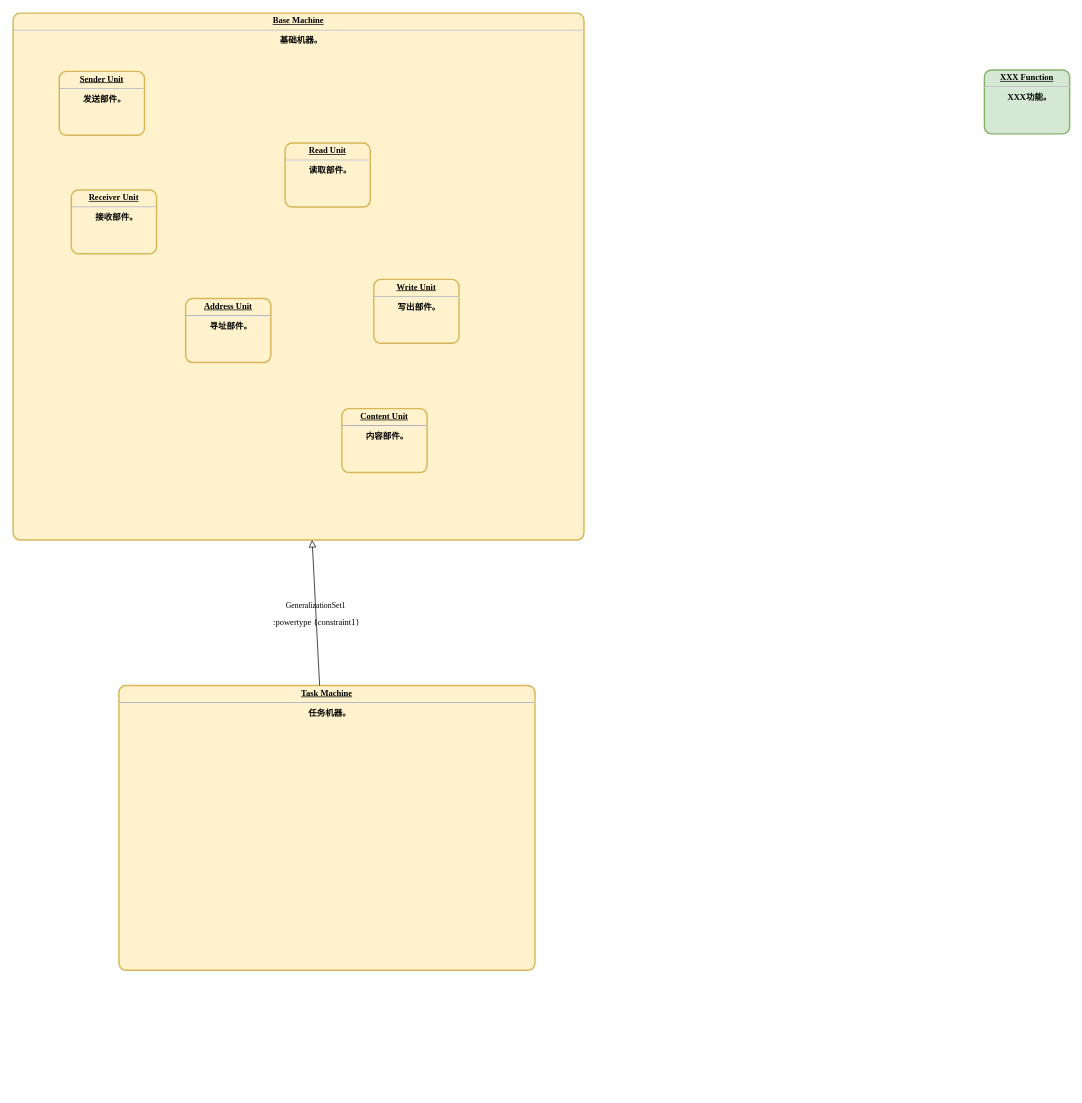
Earlier version of the draw.io diagram page "Machine运作引擎" (4 of 10) of Analyse/总体分析框架.drawio (EntelechySystem/EntelechySystem_theory). Source tidied: cells renumbered, new cells numbered last; positions are measured from the earlier drawing's top-left corner, leaving out a move shared by most shapes. Both pictures are drawn from the tidied source at 71%, with x=0, y=0 at pixel (13, 13).
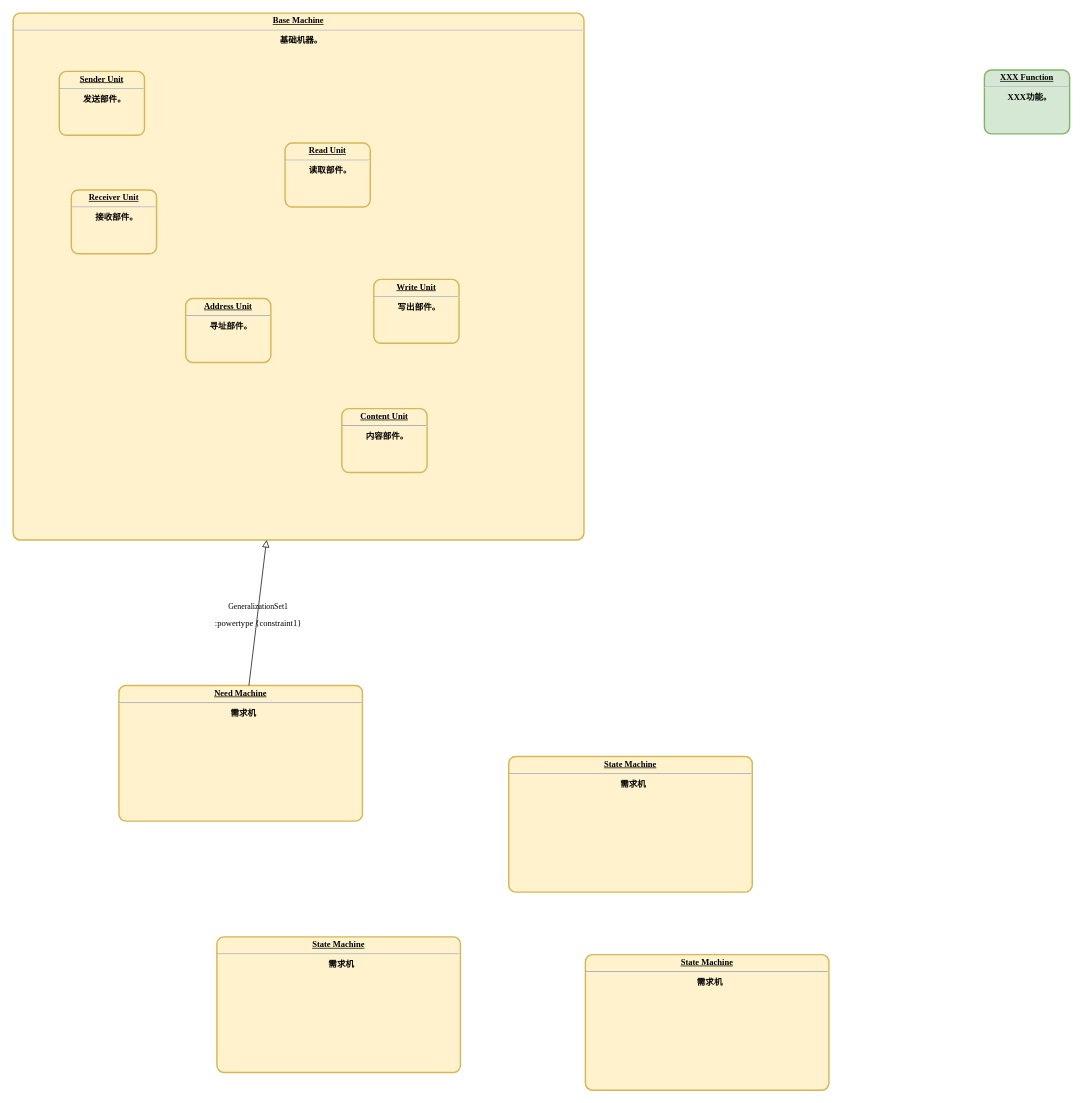
Above is the later version.

What changed in the source:
```diff
@@
 <mxGraphModel>
   <root>
     <mxCell id="0" />
     <mxCell id="1" parent="0" />
     <mxCell id="2" value="&lt;p style=&quot;margin: 0px; margin-top: 4px; text-align: center; text-decoration: underline;&quot;&gt;&lt;strong&gt;XXX Function&lt;br&gt;&lt;/strong&gt;&lt;/p&gt;&lt;hr&gt;&lt;p style=&quot;margin: 0px; margin-left: 8px;&quot;&gt;XXX功能。&lt;/p&gt;" style="verticalAlign=middle;align=center;overflow=fill;fontSize=12;fontFamily=Times New Roman;html=1;rounded=1;fontStyle=1;strokeWidth=2;fillColor=#d5e8d4;whiteSpace=wrap;absoluteArcSize=1;strokeColor=#82b366;" parent="1" vertex="1">
       <mxGeometry x="1368" y="80" width="120" height="90" as="geometry" />
     </mxCell>
     <mxCell id="3" value="&lt;p style=&quot;margin: 0px; margin-top: 4px; text-align: center; text-decoration: underline;&quot;&gt;&lt;strong&gt;Base Machine&lt;br&gt;&lt;/strong&gt;&lt;/p&gt;&lt;hr&gt;&lt;p style=&quot;margin: 0px; margin-left: 8px;&quot;&gt;基础机器。&lt;/p&gt;" style="verticalAlign=middle;align=center;overflow=fill;fontSize=12;fontFamily=Times New Roman;html=1;rounded=1;fontStyle=1;strokeWidth=2;fillColor=#fff2cc;whiteSpace=wrap;absoluteArcSize=1;strokeColor=#d6b656;" parent="1" vertex="1">
       <mxGeometry width="804" height="742" as="geometry" />
     </mxCell>
     <mxCell id="4" value="&lt;p style=&quot;margin: 0px; margin-top: 4px; text-align: center; text-decoration: underline;&quot;&gt;&lt;strong&gt;Sender Unit&lt;/strong&gt;&lt;/p&gt;&lt;hr&gt;&lt;p style=&quot;margin: 0px; margin-left: 8px;&quot;&gt;发送部件。&lt;/p&gt;" style="verticalAlign=middle;align=center;overflow=fill;fontSize=12;fontFamily=Times New Roman;html=1;rounded=1;fontStyle=1;strokeWidth=2;fillColor=#fff2cc;whiteSpace=wrap;absoluteArcSize=1;strokeColor=#d6b656;" parent="3" vertex="1">
       <mxGeometry x="65" y="82" width="120" height="90" as="geometry" />
     </mxCell>
     <mxCell id="5" value="&lt;p style=&quot;margin: 0px; margin-top: 4px; text-align: center; text-decoration: underline;&quot;&gt;&lt;strong&gt;Receiver Unit&lt;/strong&gt;&lt;/p&gt;&lt;hr&gt;&lt;p style=&quot;margin: 0px; margin-left: 8px;&quot;&gt;接收部件。&lt;/p&gt;" style="verticalAlign=middle;align=center;overflow=fill;fontSize=12;fontFamily=Times New Roman;html=1;rounded=1;fontStyle=1;strokeWidth=2;fillColor=#fff2cc;whiteSpace=wrap;absoluteArcSize=1;strokeColor=#d6b656;" parent="3" vertex="1">
       <mxGeometry x="82" y="249" width="120" height="90" as="geometry" />
     </mxCell>
     <mxCell id="6" value="&lt;p style=&quot;margin: 0px; margin-top: 4px; text-align: center; text-decoration: underline;&quot;&gt;&lt;strong&gt;Address Unit&lt;/strong&gt;&lt;/p&gt;&lt;hr&gt;&lt;p style=&quot;margin: 0px; margin-left: 8px;&quot;&gt;寻址部件。&lt;/p&gt;" style="verticalAlign=middle;align=center;overflow=fill;fontSize=12;fontFamily=Times New Roman;html=1;rounded=1;fontStyle=1;strokeWidth=2;fillColor=#fff2cc;whiteSpace=wrap;absoluteArcSize=1;strokeColor=#d6b656;" parent="3" vertex="1">
       <mxGeometry x="243" y="402" width="120" height="90" as="geometry" />
     </mxCell>
     <mxCell id="7" value="&lt;p style=&quot;margin: 0px; margin-top: 4px; text-align: center; text-decoration: underline;&quot;&gt;&lt;strong&gt;Read Unit&lt;/strong&gt;&lt;/p&gt;&lt;hr&gt;&lt;p style=&quot;margin: 0px; margin-left: 8px;&quot;&gt;读取部件。&lt;/p&gt;" style="verticalAlign=middle;align=center;overflow=fill;fontSize=12;fontFamily=Times New Roman;html=1;rounded=1;fontStyle=1;strokeWidth=2;fillColor=#fff2cc;whiteSpace=wrap;absoluteArcSize=1;strokeColor=#d6b656;" parent="3" vertex="1">
       <mxGeometry x="383" y="183" width="120" height="90" as="geometry" />
     </mxCell>
     <mxCell id="8" value="&lt;p style=&quot;margin: 0px; margin-top: 4px; text-align: center; text-decoration: underline;&quot;&gt;&lt;strong&gt;Write Unit&lt;/strong&gt;&lt;/p&gt;&lt;hr&gt;&lt;p style=&quot;margin: 0px; margin-left: 8px;&quot;&gt;写出部件。&lt;/p&gt;" style="verticalAlign=middle;align=center;overflow=fill;fontSize=12;fontFamily=Times New Roman;html=1;rounded=1;fontStyle=1;strokeWidth=2;fillColor=#fff2cc;whiteSpace=wrap;absoluteArcSize=1;strokeColor=#d6b656;" parent="3" vertex="1">
       <mxGeometry x="508" y="375" width="120" height="90" as="geometry" />
     </mxCell>
     <mxCell id="9" value="&lt;p style=&quot;margin: 0px; margin-top: 4px; text-align: center; text-decoration: underline;&quot;&gt;&lt;strong&gt;Content Unit&lt;/strong&gt;&lt;/p&gt;&lt;hr&gt;&lt;p style=&quot;margin: 0px; margin-left: 8px;&quot;&gt;内容部件。&lt;/p&gt;" style="verticalAlign=middle;align=center;overflow=fill;fontSize=12;fontFamily=Times New Roman;html=1;rounded=1;fontStyle=1;strokeWidth=2;fillColor=#fff2cc;whiteSpace=wrap;absoluteArcSize=1;strokeColor=#d6b656;" parent="3" vertex="1">
       <mxGeometry x="463" y="557" width="120" height="90" as="geometry" />
     </mxCell>
-    <mxCell id="10" value="&lt;p style=&quot;margin: 0px; margin-top: 4px; text-align: center; text-decoration: underline;&quot;&gt;&lt;strong&gt;Task Machine&lt;br&gt;&lt;/strong&gt;&lt;/p&gt;&lt;hr&gt;&lt;p style=&quot;margin: 0px; margin-left: 8px;&quot;&gt;任务机器。&lt;/p&gt;" style="verticalAlign=middle;align=center;overflow=fill;fontSize=12;fontFamily=Times New Roman;html=1;rounded=1;fontStyle=1;strokeWidth=2;fillColor=#fff2cc;whiteSpace=wrap;absoluteArcSize=1;strokeColor=#d6b656;" parent="1" vertex="1">
-      <mxGeometry x="149" y="947" width="586" height="401" as="geometry" />
+    <mxCell id="10" value="&lt;p style=&quot;margin: 0px; margin-top: 4px; text-align: center; text-decoration: underline;&quot;&gt;&lt;strong&gt;Need Machine&lt;br&gt;&lt;/strong&gt;&lt;/p&gt;&lt;hr&gt;&lt;p style=&quot;margin: 0px; margin-left: 8px;&quot;&gt;需求机&lt;/p&gt;" style="verticalAlign=middle;align=center;overflow=fill;fontSize=12;fontFamily=Times New Roman;html=1;rounded=1;fontStyle=1;strokeWidth=2;fillColor=#fff2cc;whiteSpace=wrap;absoluteArcSize=1;strokeColor=#d6b656;" parent="1" vertex="1">
+      <mxGeometry x="149" y="947" width="343" height="191" as="geometry" />
     </mxCell>
     <mxCell id="11" value="GeneralizationSet1" style="endArrow=block;html=1;rounded=0;align=center;verticalAlign=bottom;endFill=0;labelBackgroundColor=none;endSize=8;fontFamily=Times New Roman;" parent="1" edge="1" source="10" target="3">
       <mxGeometry relative="1" as="geometry" />
     </mxCell>
     <mxCell id="12" value=":powertype {constraint1}" style="html=1;align=center;verticalAlign=top;labelBackgroundColor=none;fontFamily=Times New Roman;" parent="11" vertex="1">
       <mxGeometry relative="1" as="geometry" />
     </mxCell>
+    <mxCell id="13" value="&lt;p style=&quot;margin: 0px; margin-top: 4px; text-align: center; text-decoration: underline;&quot;&gt;&lt;strong&gt;State Machine&lt;br&gt;&lt;/strong&gt;&lt;/p&gt;&lt;hr&gt;&lt;p style=&quot;margin: 0px; margin-left: 8px;&quot;&gt;需求机&lt;/p&gt;" style="verticalAlign=middle;align=center;overflow=fill;fontSize=12;fontFamily=Times New Roman;html=1;rounded=1;fontStyle=1;strokeWidth=2;fillColor=#fff2cc;whiteSpace=wrap;absoluteArcSize=1;strokeColor=#d6b656;" parent="1" vertex="1">
+      <mxGeometry x="698" y="1047" width="343" height="191" as="geometry" />
+    </mxCell>
+    <mxCell id="14" value="&lt;p style=&quot;margin: 0px; margin-top: 4px; text-align: center; text-decoration: underline;&quot;&gt;&lt;strong&gt;State Machine&lt;br&gt;&lt;/strong&gt;&lt;/p&gt;&lt;hr&gt;&lt;p style=&quot;margin: 0px; margin-left: 8px;&quot;&gt;需求机&lt;/p&gt;" style="verticalAlign=middle;align=center;overflow=fill;fontSize=12;fontFamily=Times New Roman;html=1;rounded=1;fontStyle=1;strokeWidth=2;fillColor=#fff2cc;whiteSpace=wrap;absoluteArcSize=1;strokeColor=#d6b656;" parent="1" vertex="1">
+      <mxGeometry x="287" y="1301" width="343" height="191" as="geometry" />
+    </mxCell>
+    <mxCell id="15" value="&lt;p style=&quot;margin: 0px; margin-top: 4px; text-align: center; text-decoration: underline;&quot;&gt;&lt;strong&gt;State Machine&lt;br&gt;&lt;/strong&gt;&lt;/p&gt;&lt;hr&gt;&lt;p style=&quot;margin: 0px; margin-left: 8px;&quot;&gt;需求机&lt;/p&gt;" style="verticalAlign=middle;align=center;overflow=fill;fontSize=12;fontFamily=Times New Roman;html=1;rounded=1;fontStyle=1;strokeWidth=2;fillColor=#fff2cc;whiteSpace=wrap;absoluteArcSize=1;strokeColor=#d6b656;" parent="1" vertex="1">
+      <mxGeometry x="806" y="1326" width="343" height="191" as="geometry" />
+    </mxCell>
   </root>
 </mxGraphModel>
```
